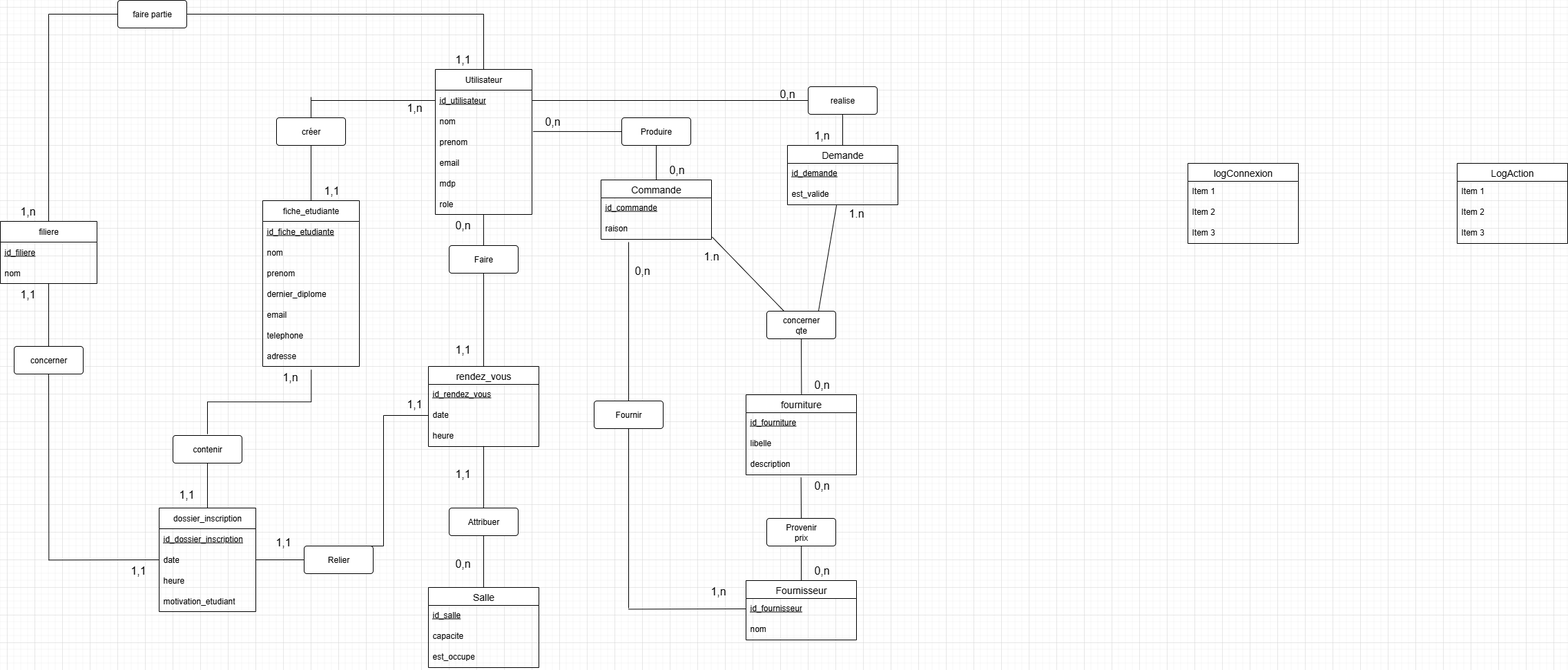
Before: info/mcd java-Page-1.drawio.png, a diagram exported from draw.io (Ruthh-mt/gestion-LPRS). Source tidied: cells renumbered, new cells last; positions are measured from the earlier drawing's top-left corner, leaving out a move shared by most shapes.
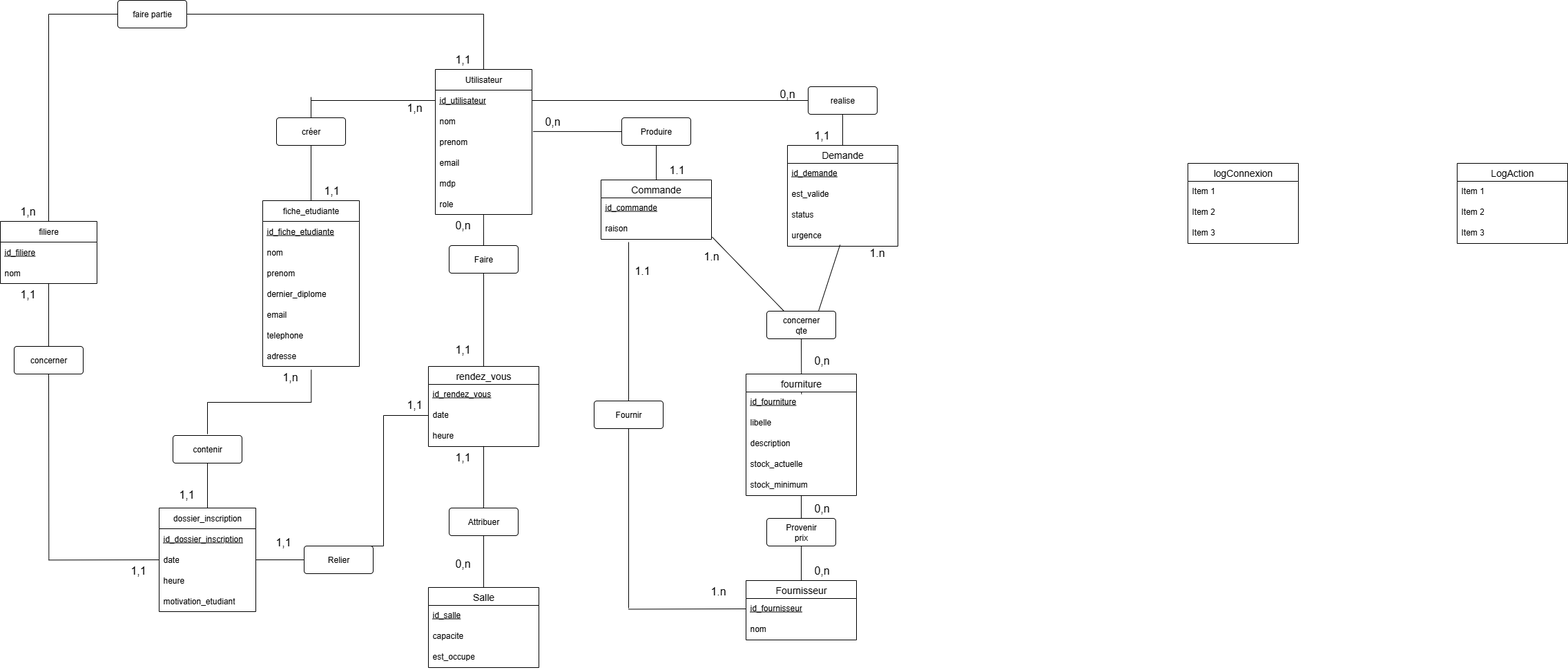
The same diagram one commit later.

Commit message:
feat : modification des mcd et mld

Change to the diagram source:
```diff
@@ -184,7 +184,7 @@
       <mxGeometry x="1170" y="125" width="100" height="40" as="geometry" />
     </mxCell>
     <mxCell id="57" value="Demande" style="swimlane;fontStyle=0;horizontal=1;startSize=26;align=center;fontSize=14;" parent="1" vertex="1">
-      <mxGeometry x="1140" y="210" width="160" height="86" as="geometry" />
+      <mxGeometry x="1140" y="210" width="160" height="146" as="geometry" />
     </mxCell>
     <mxCell id="58" value="&lt;u&gt;id_demande&lt;/u&gt;" style="text;strokeColor=none;fillColor=none;spacingLeft=4;spacingRight=4;overflow=hidden;fontSize=12;whiteSpace=wrap;html=1;" parent="57" vertex="1">
       <mxGeometry y="26" width="160" height="30" as="geometry" />
@@ -192,6 +192,12 @@
     <mxCell id="59" value="est_valide" style="text;strokeColor=none;fillColor=none;spacingLeft=4;spacingRight=4;overflow=hidden;points=[[0,0.5],[1,0.5]];portConstraint=eastwest;fontSize=12;whiteSpace=wrap;html=1;" parent="57" vertex="1">
       <mxGeometry y="56" width="160" height="30" as="geometry" />
     </mxCell>
+    <mxCell id="121" value="status" style="text;strokeColor=none;fillColor=none;spacingLeft=4;spacingRight=4;overflow=hidden;fontSize=12;whiteSpace=wrap;html=1;" parent="57" vertex="1">
+      <mxGeometry y="86" width="160" height="30" as="geometry" />
+    </mxCell>
+    <mxCell id="122" value="urgence" style="text;strokeColor=none;fillColor=none;spacingLeft=4;spacingRight=4;overflow=hidden;points=[[0,0.5],[1,0.5]];portConstraint=eastwest;fontSize=12;whiteSpace=wrap;html=1;" parent="57" vertex="1">
+      <mxGeometry y="116" width="160" height="30" as="geometry" />
+    </mxCell>
     <mxCell id="60" style="edgeStyle=none;curved=1;rounded=0;jettySize=auto;html=1;exitX=0.5;exitY=0;exitDx=0;exitDy=0;entryX=0.499;entryY=1.002;entryDx=0;entryDy=0;entryPerimeter=0;fontSize=12;startSize=8;endSize=8;endArrow=none;endFill=0;" parent="1" edge="1" source="46" target="10">
       <mxGeometry relative="1" as="geometry" />
     </mxCell>
@@ -221,14 +227,11 @@
     <mxCell id="68" value="concerner&lt;div&gt;qte&lt;/div&gt;" style="rounded=1;arcSize=10;whiteSpace=wrap;html=1;align=center;" parent="1" vertex="1">
       <mxGeometry x="1110" y="450" width="100" height="40" as="geometry" />
     </mxCell>
-    <mxCell id="69" style="edgeStyle=none;curved=1;rounded=0;jettySize=auto;html=1;exitX=0.75;exitY=0;exitDx=0;exitDy=0;entryX=0.444;entryY=1.028;entryDx=0;entryDy=0;entryPerimeter=0;fontSize=12;startSize=8;endSize=8;endArrow=none;endFill=0;" parent="1" edge="1" source="68" target="59">
-      <mxGeometry relative="1" as="geometry" />
-    </mxCell>
     <mxCell id="70" style="edgeStyle=none;curved=1;rounded=0;jettySize=auto;html=1;exitX=0.25;exitY=0;exitDx=0;exitDy=0;entryX=1.006;entryY=0.888;entryDx=0;entryDy=0;entryPerimeter=0;fontSize=12;startSize=8;endSize=8;endArrow=none;endFill=0;" parent="1" edge="1" source="68" target="63">
       <mxGeometry relative="1" as="geometry" />
     </mxCell>
     <mxCell id="71" value="fourniture" style="swimlane;fontStyle=0;horizontal=1;startSize=26;align=center;fontSize=14;" parent="1" vertex="1">
-      <mxGeometry x="1080" y="571" width="160" height="116" as="geometry" />
+      <mxGeometry x="1080" y="541" width="160" height="176" as="geometry" />
     </mxCell>
     <mxCell id="72" value="&lt;u&gt;id_fourniture&lt;/u&gt;" style="text;strokeColor=none;fillColor=none;spacingLeft=4;spacingRight=4;overflow=hidden;fontSize=12;whiteSpace=wrap;html=1;" parent="71" vertex="1">
       <mxGeometry y="26" width="160" height="30" as="geometry" />
@@ -239,15 +242,21 @@
     <mxCell id="74" value="description" style="text;strokeColor=none;fillColor=none;spacingLeft=4;spacingRight=4;overflow=hidden;points=[[0,0.5],[1,0.5]];portConstraint=eastwest;fontSize=12;whiteSpace=wrap;html=1;" parent="71" vertex="1">
       <mxGeometry y="86" width="160" height="30" as="geometry" />
     </mxCell>
+    <mxCell id="123" value="stock_actuelle" style="text;strokeColor=none;fillColor=none;spacingLeft=4;spacingRight=4;overflow=hidden;fontSize=12;whiteSpace=wrap;html=1;" parent="71" vertex="1">
+      <mxGeometry y="116" width="160" height="30" as="geometry" />
+    </mxCell>
+    <mxCell id="124" value="stock_minimum" style="text;strokeColor=none;fillColor=none;spacingLeft=4;spacingRight=4;overflow=hidden;points=[[0,0.5],[1,0.5]];portConstraint=eastwest;fontSize=12;whiteSpace=wrap;html=1;" parent="71" vertex="1">
+      <mxGeometry y="146" width="160" height="30" as="geometry" />
+    </mxCell>
     <mxCell id="75" style="edgeStyle=none;curved=1;rounded=0;jettySize=auto;html=1;exitX=0.5;exitY=1;exitDx=0;exitDy=0;entryX=0.5;entryY=0;entryDx=0;entryDy=0;fontSize=12;startSize=8;endSize=8;endArrow=none;endFill=0;" parent="1" edge="1" source="76" target="78">
       <mxGeometry relative="1" as="geometry" />
     </mxCell>
+    <mxCell id="125" style="edgeStyle=none;curved=1;rounded=0;jettySize=auto;html=1;exitX=0.5;exitY=0;exitDx=0;exitDy=0;fontSize=12;startSize=8;endSize=8;endArrow=none;endFill=0;" parent="1" edge="1" source="76" target="124">
+      <mxGeometry relative="1" as="geometry" />
+    </mxCell>
     <mxCell id="76" value="Provenir&lt;div&gt;prix&lt;/div&gt;" style="rounded=1;arcSize=10;whiteSpace=wrap;html=1;align=center;" parent="1" vertex="1">
       <mxGeometry x="1110" y="750" width="100" height="40" as="geometry" />
     </mxCell>
-    <mxCell id="77" style="edgeStyle=none;curved=1;rounded=0;jettySize=auto;html=1;exitX=0.5;exitY=0;exitDx=0;exitDy=0;entryX=0.498;entryY=1.132;entryDx=0;entryDy=0;entryPerimeter=0;fontSize=12;startSize=8;endSize=8;endArrow=none;endFill=0;" parent="1" edge="1" source="76" target="74">
-      <mxGeometry relative="1" as="geometry" />
-    </mxCell>
     <mxCell id="78" value="Fournisseur" style="swimlane;fontStyle=0;horizontal=1;startSize=26;align=center;fontSize=14;" parent="1" vertex="1">
       <mxGeometry x="1080" y="840" width="160" height="86" as="geometry" />
     </mxCell>
@@ -318,7 +327,7 @@
       <mxGeometry x="640" y="310" width="60" height="30" as="geometry" />
     </mxCell>
     <mxCell id="99" value="1,1" style="text;strokeColor=none;fillColor=none;html=1;align=center;verticalAlign=middle;whiteSpace=wrap;rounded=0;fontSize=16;" parent="1" vertex="1">
-      <mxGeometry x="640" y="670" width="60" height="30" as="geometry" />
+      <mxGeometry x="640" y="646" width="60" height="30" as="geometry" />
     </mxCell>
     <mxCell id="100" value="0,n" style="text;strokeColor=none;fillColor=none;html=1;align=center;verticalAlign=middle;whiteSpace=wrap;rounded=0;fontSize=16;" parent="1" vertex="1">
       <mxGeometry x="640" y="800" width="60" height="30" as="geometry" />
@@ -326,28 +335,28 @@
     <mxCell id="101" value="0,n" style="text;strokeColor=none;fillColor=none;html=1;align=center;verticalAlign=middle;whiteSpace=wrap;rounded=0;fontSize=16;" parent="1" vertex="1">
       <mxGeometry x="1110" y="120" width="60" height="30" as="geometry" />
     </mxCell>
-    <mxCell id="102" value="1,n" style="text;strokeColor=none;fillColor=none;html=1;align=center;verticalAlign=middle;whiteSpace=wrap;rounded=0;fontSize=16;" parent="1" vertex="1">
+    <mxCell id="102" value="1,1" style="text;strokeColor=none;fillColor=none;html=1;align=center;verticalAlign=middle;whiteSpace=wrap;rounded=0;fontSize=16;" parent="1" vertex="1">
       <mxGeometry x="1160" y="180" width="60" height="30" as="geometry" />
     </mxCell>
-    <mxCell id="103" value="0,n" style="text;strokeColor=none;fillColor=none;html=1;align=center;verticalAlign=middle;whiteSpace=wrap;rounded=0;fontSize=16;" parent="1" vertex="1">
+    <mxCell id="103" value="1.1" style="text;strokeColor=none;fillColor=none;html=1;align=center;verticalAlign=middle;whiteSpace=wrap;rounded=0;fontSize=16;" parent="1" vertex="1">
       <mxGeometry x="950" y="230" width="60" height="30" as="geometry" />
     </mxCell>
     <mxCell id="104" value="0,n" style="text;strokeColor=none;fillColor=none;html=1;align=center;verticalAlign=middle;whiteSpace=wrap;rounded=0;fontSize=16;" parent="1" vertex="1">
       <mxGeometry x="770" y="160" width="60" height="30" as="geometry" />
     </mxCell>
     <mxCell id="105" value="0,n" style="text;strokeColor=none;fillColor=none;html=1;align=center;verticalAlign=middle;whiteSpace=wrap;rounded=0;fontSize=16;" parent="1" vertex="1">
-      <mxGeometry x="1160" y="541" width="60" height="30" as="geometry" />
+      <mxGeometry x="1160" y="506" width="60" height="30" as="geometry" />
     </mxCell>
     <mxCell id="106" value="1.n&lt;div&gt;&lt;br&gt;&lt;/div&gt;" style="text;strokeColor=none;fillColor=none;html=1;align=center;verticalAlign=middle;whiteSpace=wrap;rounded=0;fontSize=16;" parent="1" vertex="1">
-      <mxGeometry x="1210" y="303" width="60" height="30" as="geometry" />
+      <mxGeometry x="1240" y="360" width="60" height="30" as="geometry" />
     </mxCell>
     <mxCell id="107" value="1.n&lt;div&gt;&lt;br&gt;&lt;/div&gt;" style="text;strokeColor=none;fillColor=none;html=1;align=center;verticalAlign=middle;whiteSpace=wrap;rounded=0;fontSize=16;" parent="1" vertex="1">
       <mxGeometry x="1000" y="365" width="60" height="30" as="geometry" />
     </mxCell>
-    <mxCell id="108" value="1,n" style="text;strokeColor=none;fillColor=none;html=1;align=center;verticalAlign=middle;whiteSpace=wrap;rounded=0;fontSize=16;" parent="1" vertex="1">
+    <mxCell id="108" value="1.n" style="text;strokeColor=none;fillColor=none;html=1;align=center;verticalAlign=middle;whiteSpace=wrap;rounded=0;fontSize=16;" parent="1" vertex="1">
       <mxGeometry x="1010" y="840" width="60" height="30" as="geometry" />
     </mxCell>
-    <mxCell id="109" value="0,n" style="text;strokeColor=none;fillColor=none;html=1;align=center;verticalAlign=middle;whiteSpace=wrap;rounded=0;fontSize=16;" parent="1" vertex="1">
+    <mxCell id="109" value="1.1" style="text;strokeColor=none;fillColor=none;html=1;align=center;verticalAlign=middle;whiteSpace=wrap;rounded=0;fontSize=16;" parent="1" vertex="1">
       <mxGeometry x="900" y="376" width="60" height="30" as="geometry" />
     </mxCell>
     <mxCell id="110" value="1,1" style="text;strokeColor=none;fillColor=none;html=1;align=center;verticalAlign=middle;whiteSpace=wrap;rounded=0;fontSize=16;" parent="1" vertex="1">
@@ -360,7 +369,7 @@
       <mxGeometry x="170" y="810" width="60" height="30" as="geometry" />
     </mxCell>
     <mxCell id="113" value="0,n" style="text;strokeColor=none;fillColor=none;html=1;align=center;verticalAlign=middle;whiteSpace=wrap;rounded=0;fontSize=16;" parent="1" vertex="1">
-      <mxGeometry x="1160" y="687" width="60" height="30" as="geometry" />
+      <mxGeometry x="1160" y="720" width="60" height="30" as="geometry" />
     </mxCell>
     <mxCell id="114" value="0,n" style="text;strokeColor=none;fillColor=none;html=1;align=center;verticalAlign=middle;whiteSpace=wrap;rounded=0;fontSize=16;" parent="1" vertex="1">
       <mxGeometry x="1160" y="810" width="60" height="30" as="geometry" />
@@ -385,5 +394,8 @@
     <mxCell id="120" value="1,1" style="text;strokeColor=none;fillColor=none;html=1;align=center;verticalAlign=middle;whiteSpace=wrap;rounded=0;fontSize=16;" parent="1" vertex="1">
       <mxGeometry x="450" y="260" width="60" height="30" as="geometry" />
     </mxCell>
+    <mxCell id="126" style="edgeStyle=none;curved=1;rounded=0;jettySize=auto;html=1;exitX=0.75;exitY=0;exitDx=0;exitDy=0;entryX=0.476;entryY=0.933;entryDx=0;entryDy=0;entryPerimeter=0;fontSize=12;startSize=8;endSize=8;endArrow=none;endFill=0;" parent="1" edge="1" source="68" target="122">
+      <mxGeometry relative="1" as="geometry" />
+    </mxCell>
   </root>
 </mxGraphModel>
```
